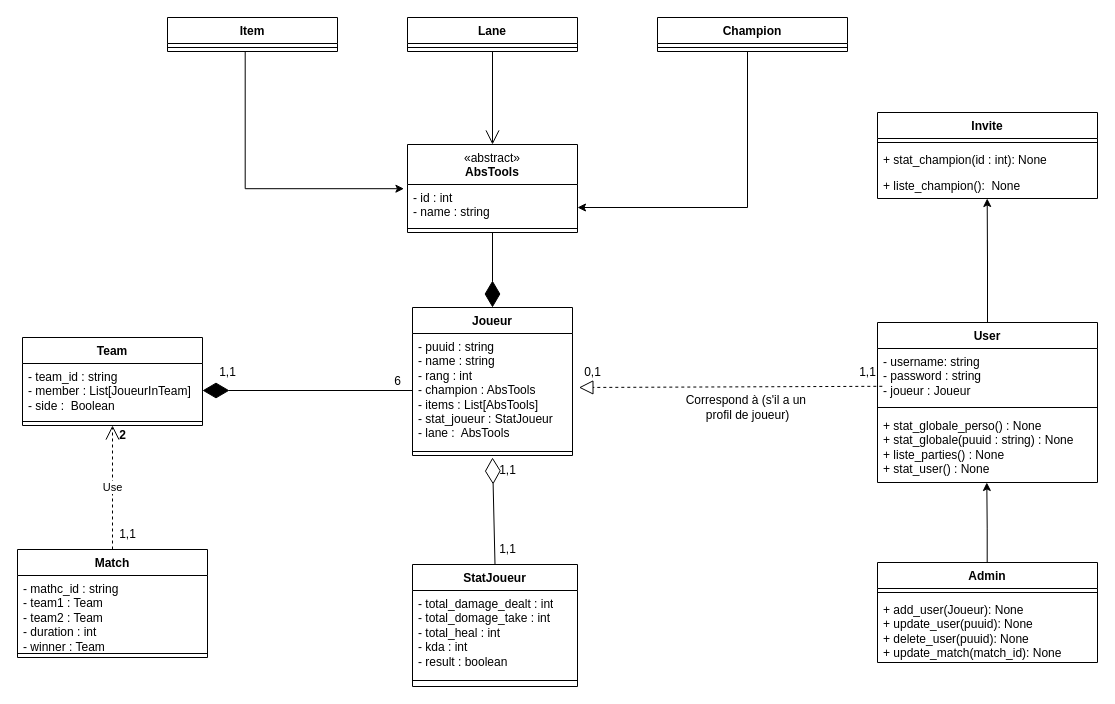
This is Image Prod/League of legends.drawio from Niyo-D-JC/HelpWork, a draw.io file, before an edit. Source tidied: cells renumbered, new cells numbered last; positions are measured from the earlier drawing's top-left corner, leaving out a move shared by most shapes. Both pictures are drawn from the tidied source at 100%, with x=0, y=0 at pixel (17, 17).
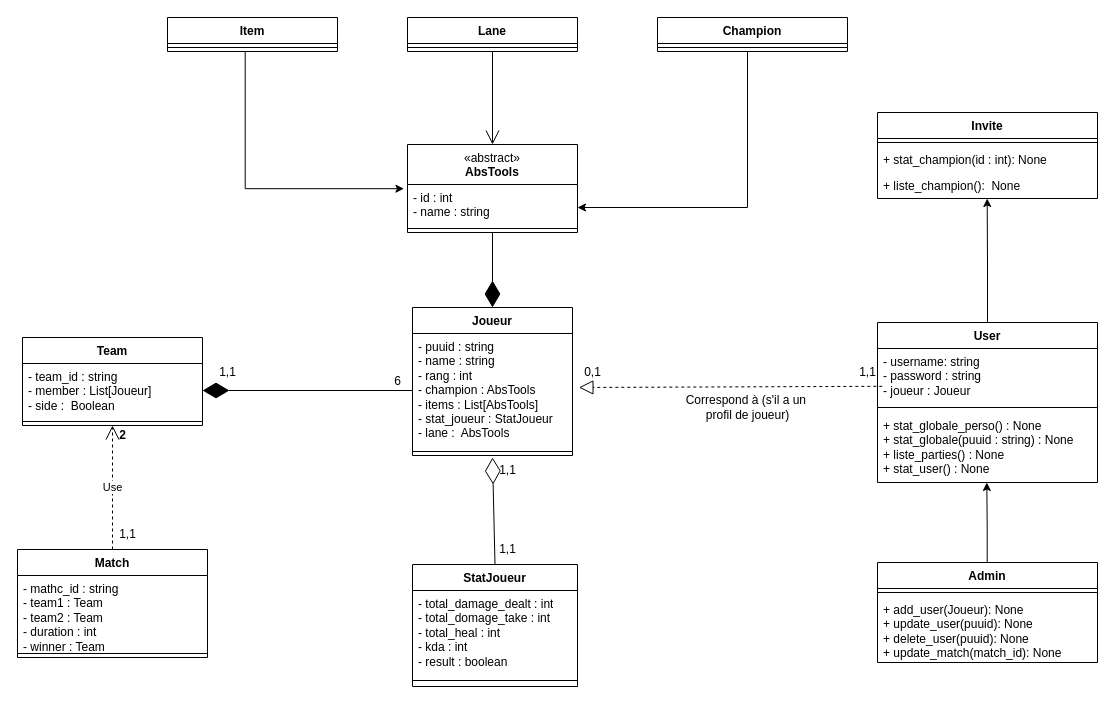
The same page after the edit.

Commit message:
Mettre à jour League of legends.drawio

Unchanged cells that the change refers to:
```xml
<mxCell id="12" value="Team" style="swimlane;fontStyle=1;align=center;verticalAlign=top;horizontal=1;startSize=26;whiteSpace=wrap;html=1;" parent="1" vertex="1">
  <mxGeometry x="5" y="320" width="180" height="88" as="geometry" />
</mxCell>
```

What changed in the source:
```diff
@@
-    <mxCell id="13" value="- team_id : string&lt;br&gt;- member : List[JoueurInTeam]&lt;br&gt;- side :&amp;nbsp; Boolean" style="text;strokeColor=none;fillColor=none;align=left;verticalAlign=top;spacingLeft=4;spacingRight=4;overflow=hidden;points=[[0,0.5],[1,0.5]];portConstraint=eastwest;whiteSpace=wrap;html=1;" parent="12" vertex="1">
+    <mxCell id="13" value="- team_id : string&lt;br&gt;- member : List[Joueur]&lt;br&gt;- side :&amp;nbsp; Boolean" style="text;strokeColor=none;fillColor=none;align=left;verticalAlign=top;spacingLeft=4;spacingRight=4;overflow=hidden;points=[[0,0.5],[1,0.5]];portConstraint=eastwest;whiteSpace=wrap;html=1;" parent="12" vertex="1">
       <mxGeometry y="26" width="180" height="54" as="geometry" />
     </mxCell>
```
